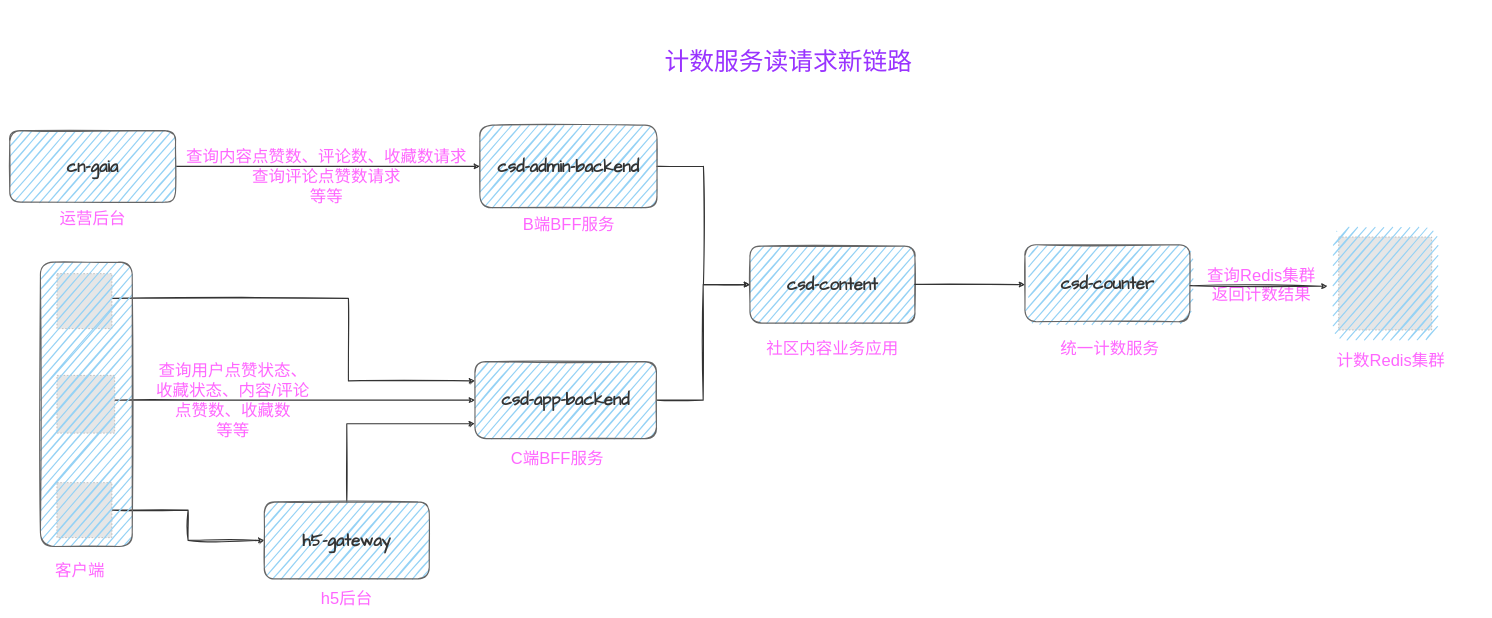
This is pictures/计数服务读请求新链路.drawio from dimdark/my-drawio, a draw.io file, before an edit. Source tidied: cells renumbered, new cells numbered last; positions are measured from the earlier drawing's top-left corner, leaving out a move shared by most shapes. Both pictures are drawn from the tidied source at 55%, with x=0, y=0 at pixel (9, 9). Pictures stored in the file or linked from it are replaced by grey dashed boxes.
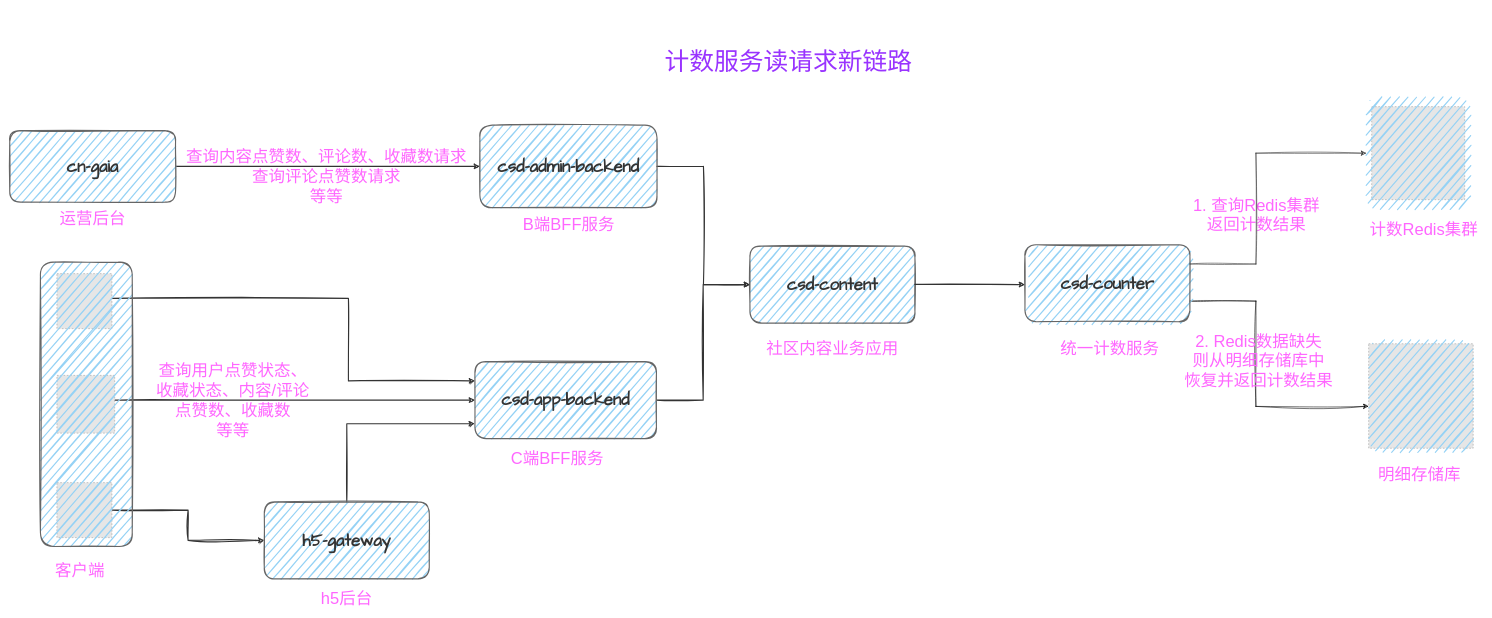
Above is the later version.

Commit message:
更新计数服务读请求新链路.drawio

The change refers to these unchanged cells:
```xml
<mxCell id="31" value="&lt;p style=&quot;line-height: 140%; font-size: 30px;&quot;&gt;&lt;font color=&quot;#333333&quot; style=&quot;font-size: 30px;&quot;&gt;&lt;span style=&quot;font-size: 30px;&quot;&gt;&lt;b style=&quot;font-size: 30px;&quot;&gt;csd-counter&lt;/b&gt;&lt;/span&gt;&lt;/font&gt;&lt;/p&gt;" style="rounded=1;whiteSpace=wrap;html=1;shadow=0;glass=0;sketch=1;fillWeight=2;hachureGap=12;hachureAngle=-41;jiggle=1;curveFitting=1;simplification=0;strokeColor=#666666;strokeWidth=2;fontFamily=Architects Daughter;fontSize=30;fontColor=#666666;fillColor=#95D2F5;" parent="1" vertex="1">
  <mxGeometry x="1846" y="427.5" width="300" height="140" as="geometry" />
</mxCell>
```

What changed in the source:
```diff
@@
     <mxCell id="22" style="fillColor=#E6E6E6;strokeColor=#999999;dashed=1;verticalLabelPosition=bottom;labelBackgroundColor=default;verticalAlign=top;" parent="1" vertex="1">
-      <mxGeometry x="2416.5" y="413.4" width="169.1" height="169.1" as="geometry" />
+      <mxGeometry x="2476.5" y="176.4" width="169.1" height="169.1" as="geometry" />
     </mxCell>
     <mxCell id="23" value="&lt;p style=&quot;line-height: 140%; font-size: 30px;&quot;&gt;&lt;br&gt;&lt;/p&gt;" style="rounded=1;whiteSpace=wrap;html=1;shadow=0;glass=0;sketch=1;fillWeight=2;hachureGap=12;hachureAngle=-41;jiggle=1;curveFitting=1;simplification=0;strokeColor=none;strokeWidth=2;fontFamily=Architects Daughter;fontSize=30;fontColor=#666666;fillColor=#95D2F5;" parent="1" vertex="1">
-      <mxGeometry x="2406" y="395.5" width="190" height="205" as="geometry" />
+      <mxGeometry x="2466" y="158.4" width="190" height="205" as="geometry" />
     </mxCell>
     <mxCell id="24" value="计数Redis集群" style="text;html=1;strokeColor=none;fillColor=none;align=center;verticalAlign=middle;whiteSpace=wrap;rounded=0;sketch=1;fontSize=30;fontColor=#FF66FF;" parent="1" vertex="1">
-      <mxGeometry x="2406" y="609.5" width="210.5" height="55" as="geometry" />
+      <mxGeometry x="2466" y="372.5" width="210.5" height="55" as="geometry" />
     </mxCell>
@@
-    <mxCell id="30" value="查询Redis集群&lt;br&gt;返回计数结果" style="text;html=1;strokeColor=none;fillColor=none;align=center;verticalAlign=middle;whiteSpace=wrap;rounded=0;sketch=1;fontSize=30;fontColor=#FF66FF;" parent="1" vertex="1">
-      <mxGeometry x="2156" y="455" width="240" height="90" as="geometry" />
+    <mxCell id="30" value="1. 查询Redis集群&lt;br&gt;返回计数结果" style="text;html=1;strokeColor=none;fillColor=none;align=center;verticalAlign=middle;whiteSpace=wrap;rounded=0;sketch=1;fontSize=30;fontColor=#FF66FF;" parent="1" vertex="1">
+      <mxGeometry x="2146" y="328" width="242" height="90" as="geometry" />
     </mxCell>
+    <mxCell id="35" style="edgeStyle=orthogonalEdgeStyle;rounded=0;sketch=1;hachureGap=4;jiggle=2;curveFitting=1;jettySize=auto;html=1;fontFamily=Architects Daughter;fontSize=16;entryX=-0.004;entryY=0.592;entryDx=0;entryDy=0;entryPerimeter=0;" parent="1" edge="1" source="31" target="37">
+      <mxGeometry relative="1" as="geometry">
+        <Array as="points">
+          <mxPoint x="2266" y="530" />
+          <mxPoint x="2266" y="721" />
+        </Array>
+      </mxGeometry>
+    </mxCell>
@@
-    <mxCell id="34" style="edgeStyle=orthogonalEdgeStyle;rounded=0;sketch=1;orthogonalLoop=1;jettySize=auto;html=1;strokeWidth=2;fontSize=30;fontColor=#FF66FF;strokeColor=#333333;" parent="1" edge="1">
+    <mxCell id="34" style="edgeStyle=orthogonalEdgeStyle;rounded=0;sketch=1;jettySize=auto;html=1;strokeWidth=1;fontSize=30;fontColor=#FF66FF;strokeColor=#333333;exitX=1;exitY=0.25;exitDx=0;exitDy=0;" parent="1" edge="1" source="31">
       <mxGeometry relative="1" as="geometry">
-        <mxPoint x="2151" y="502" as="sourcePoint" />
-        <mxPoint x="2396" y="503" as="targetPoint" />
+        <mxPoint x="2466" y="261" as="targetPoint" />
         <Array as="points">
-          <mxPoint x="2146" y="502" />
-          <mxPoint x="2146" y="502" />
+          <mxPoint x="2266" y="463" />
+          <mxPoint x="2266" y="261" />
         </Array>
       </mxGeometry>
     </mxCell>
+    <mxCell id="36" style="fillColor=#E6E6E6;strokeColor=#999999;dashed=1;verticalLabelPosition=bottom;labelBackgroundColor=default;verticalAlign=top;" parent="1" vertex="1">
+      <mxGeometry x="2471" y="607.5" width="190" height="190" as="geometry" />
+    </mxCell>
+    <mxCell id="37" value="&lt;p style=&quot;line-height: 140%; font-size: 30px;&quot;&gt;&lt;br&gt;&lt;/p&gt;" style="rounded=1;whiteSpace=wrap;html=1;shadow=0;glass=0;sketch=1;fillWeight=2;hachureGap=12;hachureAngle=-41;jiggle=1;curveFitting=1;simplification=0;strokeColor=none;strokeWidth=2;fontFamily=Architects Daughter;fontSize=30;fontColor=#666666;fillColor=#95D2F5;" parent="1" vertex="1">
+      <mxGeometry x="2471" y="600" width="190" height="205" as="geometry" />
+    </mxCell>
+    <mxCell id="38" value="明细存储库" style="text;html=1;strokeColor=none;fillColor=none;align=center;verticalAlign=middle;whiteSpace=wrap;rounded=0;sketch=1;fontSize=30;fontColor=#FF66FF;" parent="1" vertex="1">
+      <mxGeometry x="2466" y="805" width="195" height="80" as="geometry" />
+    </mxCell>
+    <mxCell id="39" value="2. Redis数据缺失&lt;br&gt;则从明细存储库中&lt;br&gt;恢复并返回计数结果" style="text;html=1;strokeColor=none;fillColor=none;align=center;verticalAlign=middle;whiteSpace=wrap;rounded=0;sketch=1;fontSize=30;fontColor=#FF66FF;" parent="1" vertex="1">
+      <mxGeometry x="2046" y="560" width="450" height="155" as="geometry" />
+    </mxCell>
```
